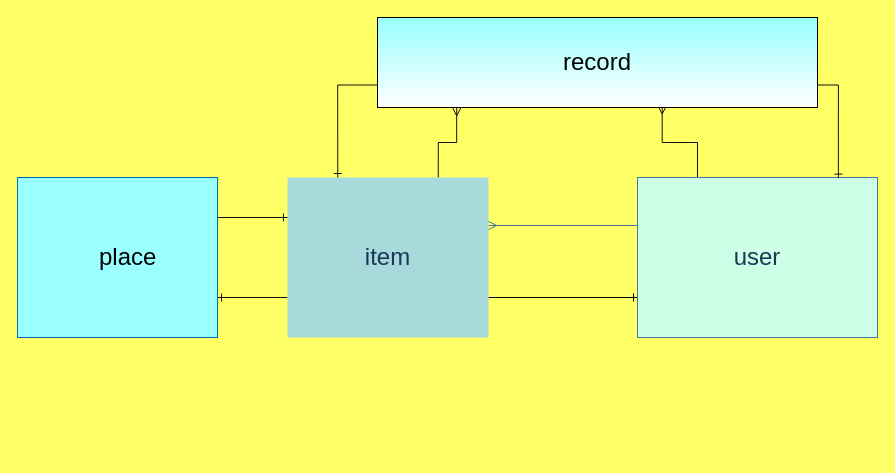
This is er.dio from tomichihi/furima-35519, a draw.io file, before an edit. Source tidied: cells renumbered, new cells numbered last; positions are measured from the earlier drawing's top-left corner, leaving out a move shared by most shapes. Both pictures are drawn from the tidied source at 100%, with x=0, y=0 at pixel (17, 17).
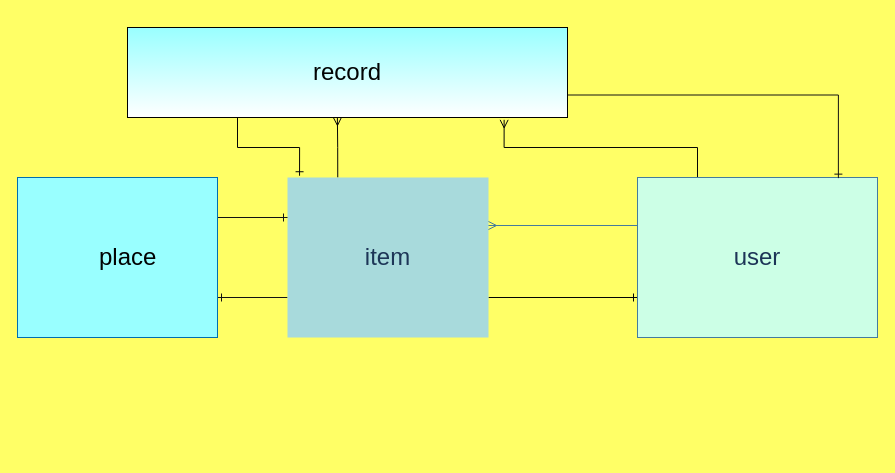
After the change.

Commit message (it also covers changes not shown here):
commentsテーブルの削除

Diff of the diagram source:
```diff
@@
 <mxGraphModel background="#FFFF66">
   <root>
     <mxCell id="0" />
     <mxCell id="1" parent="0" />
     <mxCell id="2" style="edgeStyle=orthogonalEdgeStyle;curved=0;rounded=1;sketch=0;orthogonalLoop=1;jettySize=auto;html=1;exitX=0;exitY=0.25;exitDx=0;exitDy=0;entryX=0;entryY=0.25;entryDx=0;entryDy=0;endArrow=blockThin;endFill=1;strokeColor=#457B9D;fillColor=#A8DADC;fontColor=#1D3557;" parent="1" edge="1">
       <mxGeometry relative="1" as="geometry">
         <mxPoint x="420" y="430" as="sourcePoint" />
         <mxPoint x="420" y="430" as="targetPoint" />
       </mxGeometry>
     </mxCell>
     <mxCell id="3" style="edgeStyle=orthogonalEdgeStyle;rounded=0;sketch=0;jettySize=auto;html=1;exitX=1;exitY=0.75;exitDx=0;exitDy=0;entryX=0;entryY=0.75;entryDx=0;entryDy=0;endArrow=ERone;endFill=0;strokeColor=#020303;" parent="1" edge="1" source="6" target="9">
       <mxGeometry relative="1" as="geometry" />
     </mxCell>
     <mxCell id="4" style="edgeStyle=orthogonalEdgeStyle;rounded=0;jettySize=auto;html=1;exitX=0;exitY=0.75;exitDx=0;exitDy=0;entryX=1;entryY=0.75;entryDx=0;entryDy=0;endArrow=ERone;endFill=0;strokeColor=#121212;" parent="1" edge="1" source="6" target="11">
       <mxGeometry relative="1" as="geometry" />
     </mxCell>
-    <mxCell id="5" style="edgeStyle=orthogonalEdgeStyle;rounded=0;jettySize=auto;html=1;exitX=0.75;exitY=0;exitDx=0;exitDy=0;entryX=0.18;entryY=1.004;entryDx=0;entryDy=0;entryPerimeter=0;endArrow=ERmany;endFill=0;strokeColor=#121212;" parent="1" edge="1" source="6" target="14">
+    <mxCell id="5" style="edgeStyle=orthogonalEdgeStyle;rounded=0;jettySize=auto;html=1;exitX=0.25;exitY=0;exitDx=0;exitDy=0;entryX=0.477;entryY=1;entryDx=0;entryDy=0;entryPerimeter=0;endArrow=ERmany;endFill=0;strokeColor=#050505;" parent="1" edge="1" source="6" target="14">
       <mxGeometry relative="1" as="geometry" />
     </mxCell>
     <mxCell id="6" value="&lt;font style=&quot;font-size: 24px&quot;&gt;item&lt;/font&gt;" style="rounded=0;whiteSpace=wrap;html=1;fillColor=#A8DADC;fontColor=#1D3557;strokeColor=none;" parent="1" vertex="1">
       <mxGeometry x="270" y="160" width="201" height="160" as="geometry" />
     </mxCell>
     <mxCell id="7" style="edgeStyle=orthogonalEdgeStyle;rounded=0;orthogonalLoop=1;jettySize=auto;html=1;exitX=0;exitY=0.25;exitDx=0;exitDy=0;entryX=1;entryY=0.25;entryDx=0;entryDy=0;strokeColor=#457B9D;fontColor=#1D3557;labelBackgroundColor=#F1FAEE;endArrow=ERmany;endFill=0;" parent="1" edge="1">
       <mxGeometry relative="1" as="geometry">
         <mxPoint x="620" y="208" as="sourcePoint" />
         <mxPoint x="471" y="208" as="targetPoint" />
       </mxGeometry>
     </mxCell>
-    <mxCell id="8" style="edgeStyle=orthogonalEdgeStyle;rounded=0;jettySize=auto;html=1;exitX=0.25;exitY=0;exitDx=0;exitDy=0;entryX=0.647;entryY=0.985;entryDx=0;entryDy=0;entryPerimeter=0;endArrow=ERmany;endFill=0;strokeColor=#121212;" parent="1" edge="1" source="9" target="14">
+    <mxCell id="8" style="edgeStyle=orthogonalEdgeStyle;rounded=0;jettySize=auto;html=1;exitX=0.25;exitY=0;exitDx=0;exitDy=0;entryX=0.856;entryY=1.026;entryDx=0;entryDy=0;entryPerimeter=0;strokeColor=#050505;endArrow=ERmany;endFill=0;" parent="1" edge="1" source="9" target="14">
       <mxGeometry relative="1" as="geometry" />
     </mxCell>
     <mxCell id="9" value="&lt;font style=&quot;font-size: 24px&quot;&gt;user&lt;/font&gt;" style="whiteSpace=wrap;html=1;strokeColor=#457B9D;fontColor=#1D3557;fillColor=#CCFFE6;" parent="1" vertex="1">
       <mxGeometry x="620" y="160" width="240" height="160" as="geometry" />
     </mxCell>
     <mxCell id="10" style="edgeStyle=orthogonalEdgeStyle;rounded=0;jettySize=auto;html=1;exitX=1;exitY=0.25;exitDx=0;exitDy=0;entryX=0;entryY=0.25;entryDx=0;entryDy=0;endArrow=ERone;endFill=0;strokeColor=#121212;" parent="1" edge="1" source="11" target="6">
       <mxGeometry relative="1" as="geometry" />
     </mxCell>
     <mxCell id="11" value="&lt;blockquote style=&quot;margin: 0 0 0 40px ; border: none ; padding: 0px&quot;&gt;&lt;blockquote style=&quot;margin: 0 0 0 40px ; border: none ; padding: 0px&quot;&gt;&lt;div&gt;&lt;span style=&quot;font-size: 24px&quot;&gt;&lt;font color=&quot;#020303&quot;&gt;place&lt;/font&gt;&lt;/span&gt;&lt;/div&gt;&lt;/blockquote&gt;&lt;/blockquote&gt;" style="whiteSpace=wrap;html=1;strokeColor=#006EAF;fontColor=#ffffff;align=left;fillColor=#99FFFF;" parent="1" vertex="1">
       <mxGeometry y="160" width="200" height="160" as="geometry" />
     </mxCell>
     <mxCell id="12" style="edgeStyle=orthogonalEdgeStyle;rounded=0;jettySize=auto;html=1;exitX=1;exitY=0.75;exitDx=0;exitDy=0;entryX=0.837;entryY=0.004;entryDx=0;entryDy=0;entryPerimeter=0;endArrow=ERone;endFill=0;strokeColor=#121212;" parent="1" edge="1" source="14" target="9">
       <mxGeometry relative="1" as="geometry" />
     </mxCell>
-    <mxCell id="13" style="edgeStyle=orthogonalEdgeStyle;rounded=0;jettySize=auto;html=1;exitX=0;exitY=0.75;exitDx=0;exitDy=0;entryX=0.25;entryY=0;entryDx=0;entryDy=0;endArrow=ERone;endFill=0;strokeColor=#121212;" parent="1" edge="1" source="14" target="6">
+    <mxCell id="13" style="edgeStyle=orthogonalEdgeStyle;rounded=0;jettySize=auto;html=1;exitX=0.25;exitY=1;exitDx=0;exitDy=0;entryX=0.06;entryY=-0.011;entryDx=0;entryDy=0;entryPerimeter=0;endArrow=ERone;endFill=0;strokeColor=#050505;" parent="1" edge="1" source="14" target="6">
       <mxGeometry relative="1" as="geometry" />
     </mxCell>
     <mxCell id="14" value="&lt;font style=&quot;font-size: 24px&quot; color=&quot;#020303&quot;&gt;record&lt;/font&gt;" style="whiteSpace=wrap;html=1;fillColor=#99FFFF;gradientColor=#ffffff;align=center;" parent="1" vertex="1">
-      <mxGeometry x="360" width="440" height="90" as="geometry" />
+      <mxGeometry x="110" y="10" width="440" height="90" as="geometry" />
     </mxCell>
   </root>
 </mxGraphModel>
```
